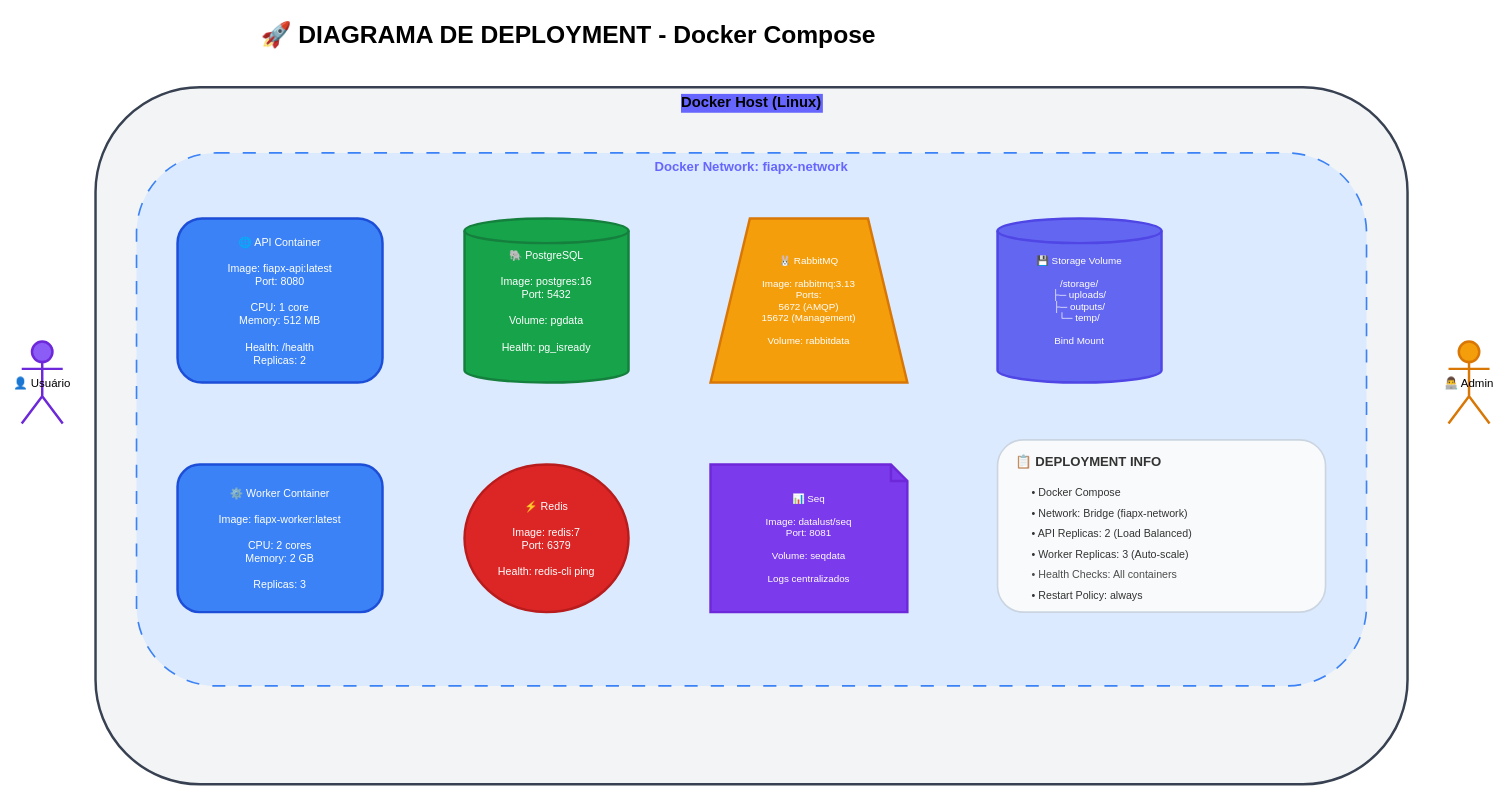
Before: docs/diagrams/06-deployment-diagram.drawio in PosTechFiap-Entregas/TechChallenge-fase-5-FIAP, a draw.io diagram. Source tidied: cells renumbered, new cells numbered last; positions are measured from the earlier drawing's top-left corner, leaving out a move shared by most shapes. Both pictures are drawn from the tidied source at 82%, with x=0, y=0 at pixel (21, 13).
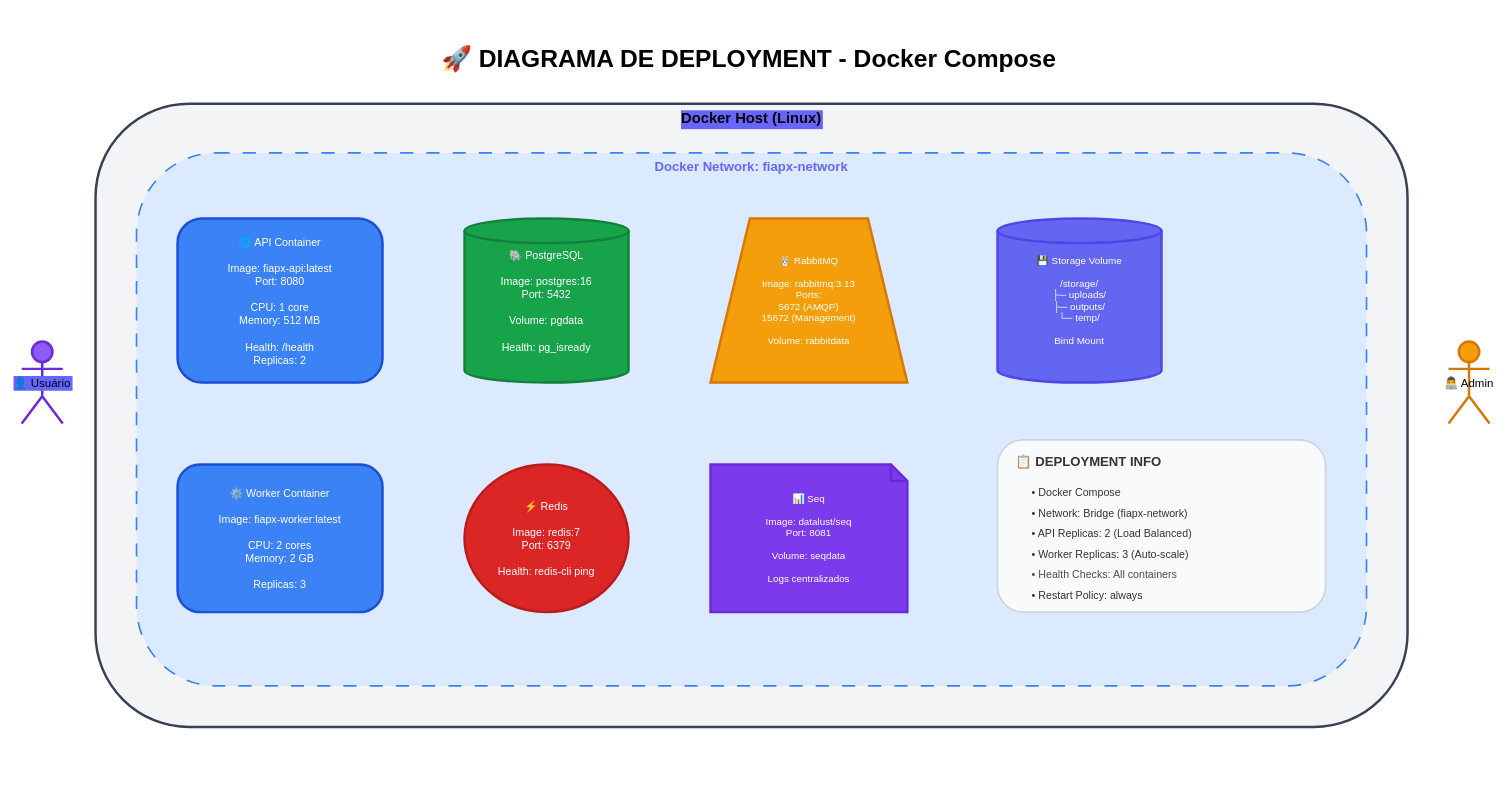
Above is the later version.

Diff of the diagram source:
```diff
@@
     <mxCell id="2" value="🚀 DIAGRAMA DE DEPLOYMENT - Docker Compose" style="text;fontSize=30;fontStyle=1;fillColor=none;strokeColor=none;" parent="1" vertex="1">
-      <mxGeometry x="290" width="1200" height="50" as="geometry" />
+      <mxGeometry x="510" y="30" width="1200" height="50" as="geometry" />
     </mxCell>
     <mxCell id="3" value="Docker Host (Linux)" style="rounded=1;strokeWidth=3;strokeColor=#374151;fillColor=#f3f4f6;fontSize=18;fontStyle=1;align=center;verticalAlign=top;labelBackgroundColor=#6666FF;" parent="1" vertex="1">
-      <mxGeometry x="90" y="90" width="1600" height="850" as="geometry" />
+      <mxGeometry x="90" y="110" width="1600" height="760" as="geometry" />
     </mxCell>
@@
-    <mxCell id="12" value="👤 Usuário" style="shape=umlActor;fillColor=#8b5cf6;strokeColor=#6d28d9;strokeWidth=3;fontSize=14;" parent="1" vertex="1">
+    <mxCell id="12" value="👤 Usuário" style="shape=umlActor;fillColor=#8b5cf6;strokeColor=#6d28d9;strokeWidth=3;fontSize=14;labelBackgroundColor=#6666FF;" parent="1" vertex="1">
       <mxGeometry y="400" width="50" height="100" as="geometry" />
     </mxCell>
```
